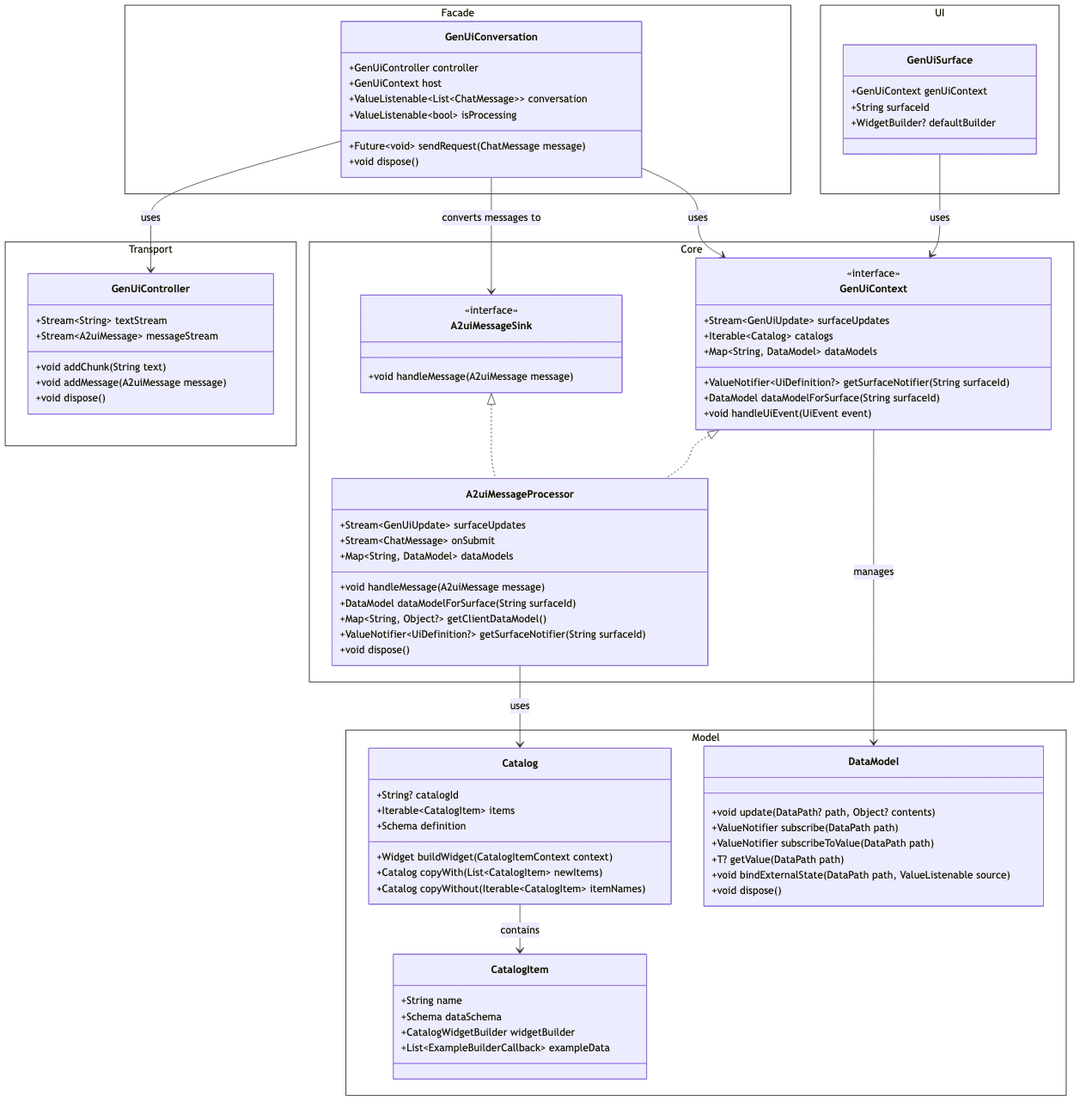
polina-c/genui keeps this Mermaid diagram as packages/genui/docs/class-diagram.png. Above is the earlier version. Its source is kept beside it as packages/genui/docs/class-diagram.mmd. Its diagram source:
```mermaid
classDiagram
    namespace Facade {
        class Conversation {
            +SurfaceController controller
            +Transport transport
            +ValueListenable~ConversationState~ state
            +Stream~ConversationEvent~ events
            +Future~void~ sendRequest(ChatMessage message)
            +void dispose()
        }
    }

    namespace Interfaces {
        class Transport {
            <<interface>>
            +Stream~A2uiMessage~ incomingMessages
            +Stream~String~ incomingText
            +Future~void~ sendRequest(ChatMessage message)
        }

        class SurfaceHost {
            <<interface>>
            +Stream~SurfaceUpdate~ surfaceUpdates
            +SurfaceContext contextFor(String surfaceId)
        }

        class SurfaceContext {
            <<interface>>
            +String surfaceId
            +ValueListenable~UiDefinition?~ definition
            +DataModel dataModel
            +Iterable~Catalog~ catalogs
            +void handleUiEvent(UiEvent event)
        }

        class A2uiMessageSink {
            <<interface>>
            +void handleMessage(A2uiMessage message)
        }
    }

    namespace Transport {
        class A2uiTransportAdapter {
            +void addChunk(String text)
            +void addMessage(A2uiMessage message)
            +Stream~A2uiMessage~ incomingMessages
            +Stream~String~ incomingText
            +Future~void~ sendRequest(ChatMessage message)
            +void dispose()
        }
    }

    namespace Engine {
        class SurfaceController {
            +void handleMessage(A2uiMessage message)
            +Stream~SurfaceUpdate~ surfaceUpdates
            +Stream~ChatMessage~ onSubmit
            +Map~String, DataModel~ dataModels
            +Iterable~String~ activeSurfaceIds
            +SurfaceContext contextFor(String surfaceId)
            +ValueListenable~UiDefinition?~ watchSurface(String surfaceId)
            +void dispose()
        }
    }

    namespace UI {
        class Surface {
            +SurfaceContext context
            +WidgetBuilder? defaultBuilder
        }
    }

    namespace Model {
        class Catalog {
            +String? catalogId
            +Iterable~CatalogItem~ items
            +Schema definition
            +Widget buildWidget(CatalogItemContext context)
            +Catalog copyWith(List~CatalogItem~ newItems)
            +Catalog copyWithout(Iterable~CatalogItem~ itemNames)
        }

        class CatalogItem {
            +String name
            +Schema dataSchema
            +CatalogWidgetBuilder widgetBuilder
            +List~ExampleBuilderCallback~ exampleData
        }

        class DataModel {
            +void update(DataPath? path, Object? contents)
            +ValueNotifier subscribe(DataPath path)
            +ValueNotifier subscribeToValue(DataPath path)
            +T? getValue(DataPath path)
            +void bindExternalState(DataPath path, ValueListenable source)
            +void dispose()
        }
    }

    SurfaceHost <|.. SurfaceController
    A2uiMessageSink <|.. SurfaceController
    Transport <|.. A2uiTransportAdapter
    Surface --> SurfaceContext : uses
    SurfaceHost --> SurfaceContext : creates
    Catalog --> CatalogItem : contains
    SurfaceContext --> DataModel : manages
    Conversation --> SurfaceController : uses
    Conversation --> Transport : uses
    SurfaceController --> Catalog : uses
```
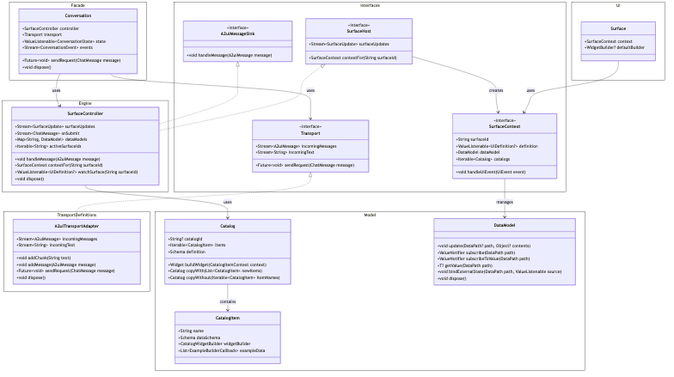
Later version of the same file.

The edit, as a diff of the source:
```diff
@@ -39,7 +39,7 @@
         }
     }
 
-    namespace Transport {
+    namespace TransportDefinitions {
         class A2uiTransportAdapter {
             +void addChunk(String text)
             +void addMessage(A2uiMessage message)
```
